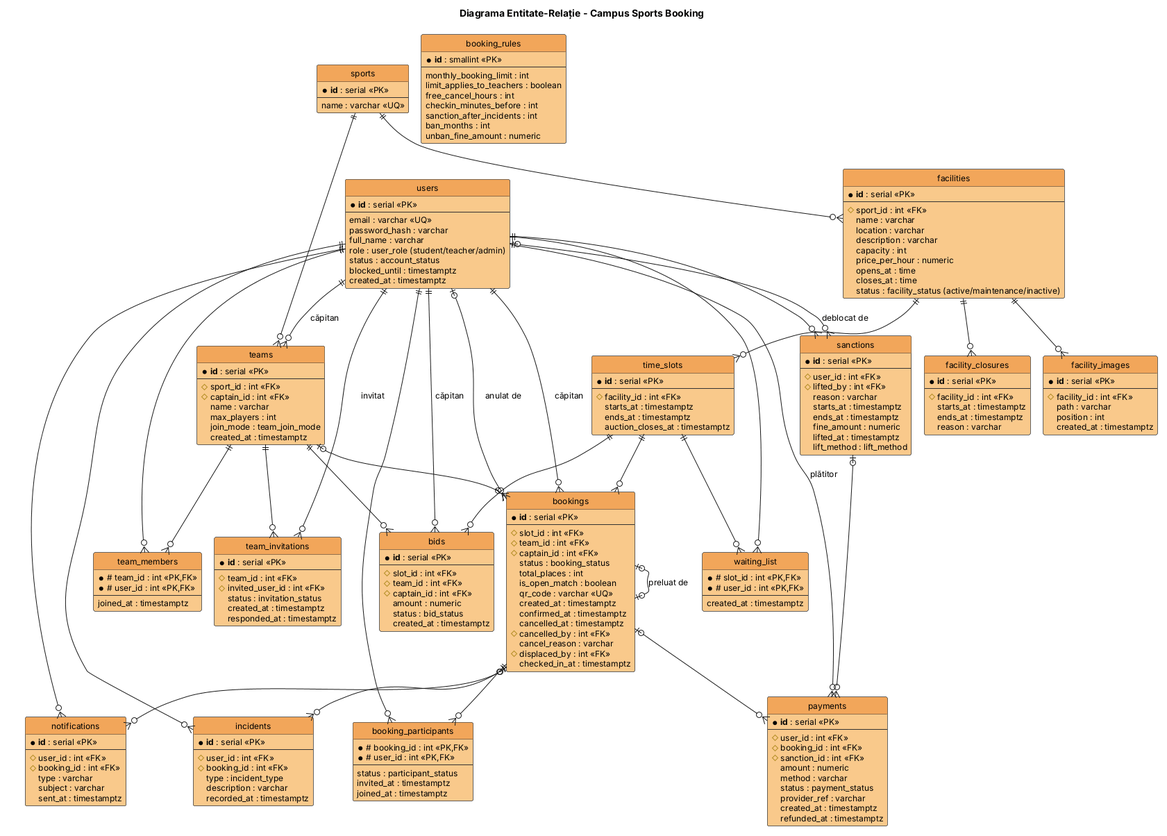
Above: docs/erd.png in Albert2502/campus-sports-booking-backend (PlantUML), before the change.
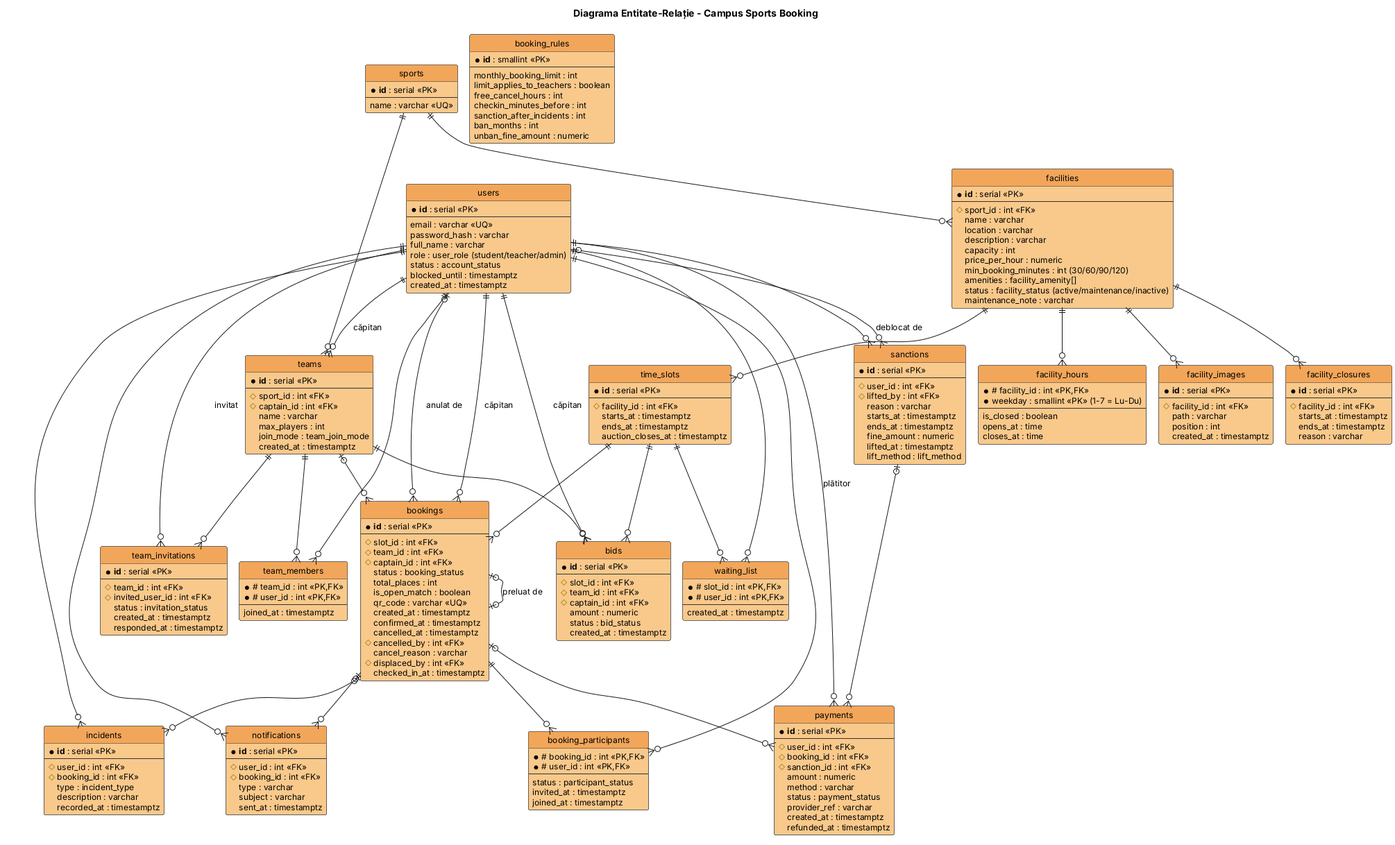
Above is the later version.

What changed in the source:
```diff
@@ -39,9 +39,19 @@
   description : varchar
   capacity : int
   price_per_hour : numeric
+  min_booking_minutes : int (30/60/90/120)
+  amenities : facility_amenity[]
+  status : facility_status (active/maintenance/inactive)
+  maintenance_note : varchar
+}
+
+entity facility_hours {
+  * # facility_id : int <<PK,FK>>
+  * weekday : smallint <<PK>> (1-7 = Lu-Du)
+  --
+  is_closed : boolean
   opens_at : time
   closes_at : time
-  status : facility_status (active/maintenance/inactive)
 }
 
 entity facility_images {
@@ -208,6 +218,7 @@
 sports ||--o{ teams
 facilities ||--o{ time_slots
 facilities ||--o{ facility_images
+facilities ||--o{ facility_hours
 users ||--o{ teams : căpitan
 teams ||--o{ team_members
 users ||--o{ team_members
```
